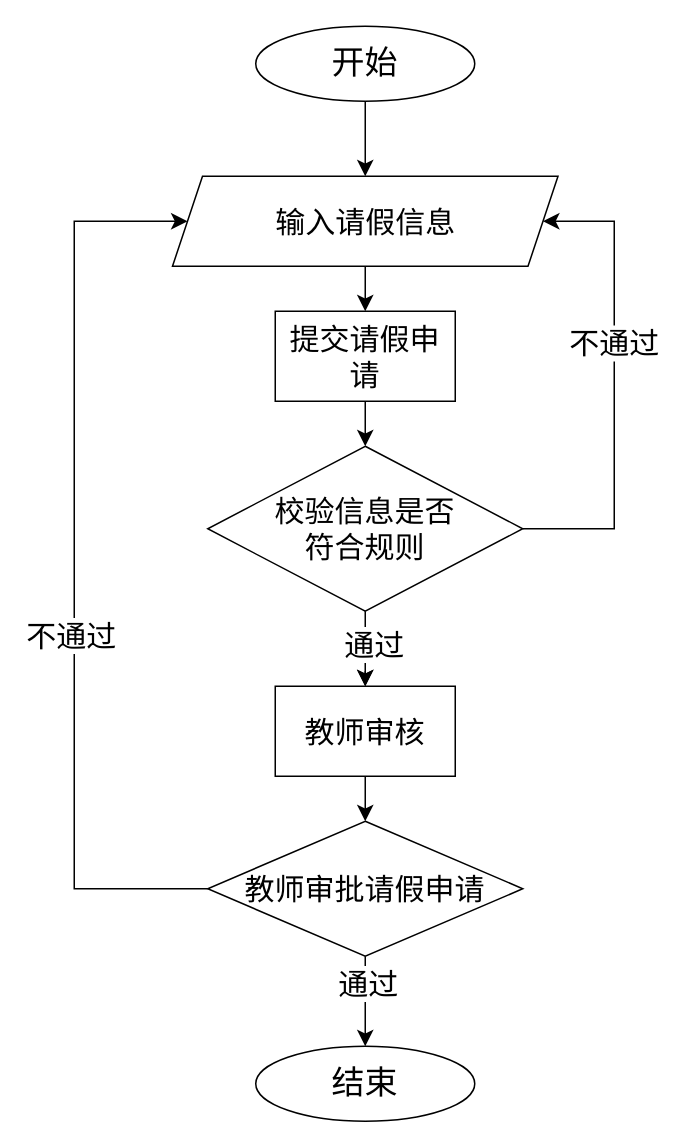
Above: page "学生请假流程图" (35 of 47) of 系统结构图.drawio in yuglei/design (draw.io), before the change. Source tidied: cells renumbered, new cells numbered last; positions are measured from the earlier drawing's top-left corner, leaving out a move shared by most shapes. Both pictures are drawn from the tidied source at 150%, with x=0, y=0 at pixel (74, 26).
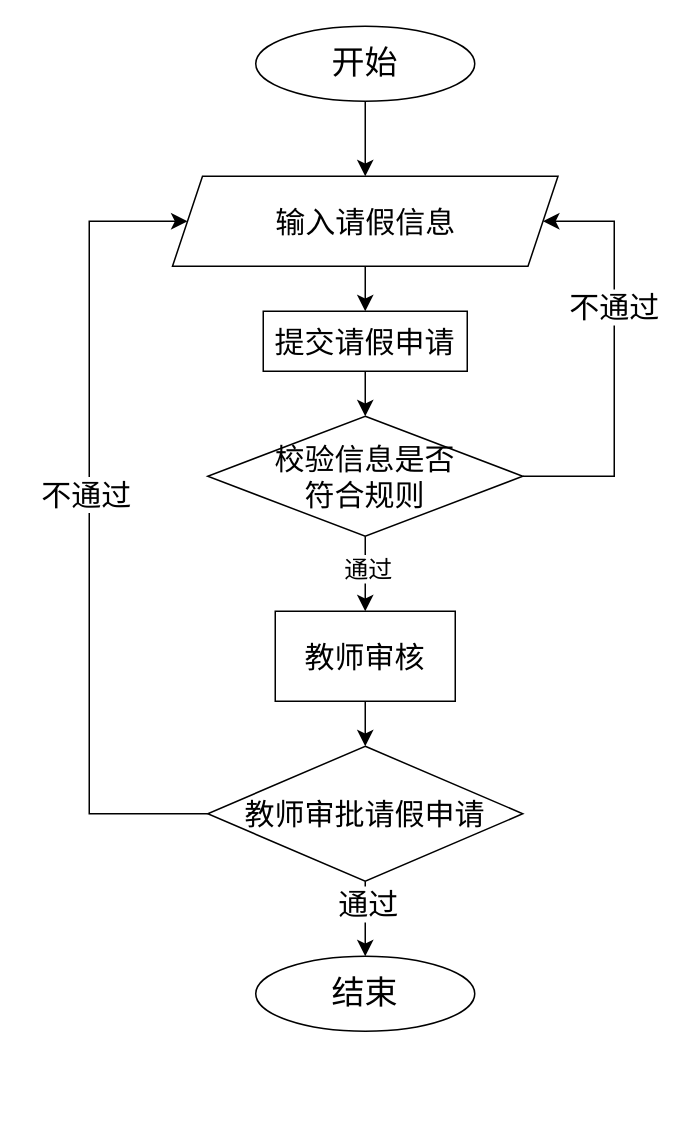
The same page after the edit.

The change refers to these unchanged cells:
```xml
<mxCell id="5" value="&lt;span style=&quot;font-size: 20px;&quot;&gt;输入请假信息&lt;/span&gt;" style="shape=parallelogram;perimeter=parallelogramPerimeter;whiteSpace=wrap;html=1;fixedSize=1;" parent="1" vertex="1">
  <mxGeometry x="65.5" y="100" width="257" height="60" as="geometry" />
</mxCell>
<mxCell id="11" style="edgeStyle=none;curved=1;rounded=0;jettySize=auto;html=1;exitX=0.5;exitY=1;exitDx=0;exitDy=0;fontSize=12;startSize=8;endSize=8;" parent="1" edge="1" source="13" target="22">
  <mxGeometry relative="1" as="geometry" />
</mxCell>
```

The edit, as a diff of the source:
```diff
@@
-    <mxCell id="6" style="edgeStyle=none;curved=1;rounded=0;jettySize=auto;html=1;fontSize=12;startSize=8;endSize=8;exitX=0.5;exitY=1;exitDx=0;exitDy=0;" parent="1" edge="1" source="13">
-      <mxGeometry relative="1" as="geometry">
-        <mxPoint x="194" y="370" as="targetPoint" />
-      </mxGeometry>
-    </mxCell>
@@
     <mxCell id="8" value="&lt;font style=&quot;font-size: 22px;&quot;&gt;结束&lt;/font&gt;" style="ellipse;whiteSpace=wrap;html=1;" parent="1" vertex="1">
-      <mxGeometry x="121" y="680" width="146" height="50" as="geometry" />
+      <mxGeometry x="121" y="620" width="146" height="50" as="geometry" />
     </mxCell>
     <mxCell id="9" style="edgeStyle=orthogonalEdgeStyle;rounded=0;jettySize=auto;html=1;exitX=1;exitY=0.5;exitDx=0;exitDy=0;entryX=1;entryY=0.5;entryDx=0;entryDy=0;fontSize=12;startSize=8;endSize=8;" parent="1" edge="1" source="13" target="5">
       <mxGeometry relative="1" as="geometry">
         <Array as="points">
-          <mxPoint x="360" y="335" />
+          <mxPoint x="360" y="300" />
           <mxPoint x="360" y="130" />
         </Array>
       </mxGeometry>
     </mxCell>
@@
-    <mxCell id="12" value="&lt;font style=&quot;font-size: 20px;&quot;&gt;通过&lt;/font&gt;" style="edgeLabel;html=1;align=center;verticalAlign=middle;fontSize=12;" parent="11" vertex="1">
-      <mxGeometry x="-0.16" y="5" relative="1" as="geometry" />
+    <mxCell id="12" value="&lt;font style=&quot;font-size: 16px;&quot;&gt;通过&lt;/font&gt;" style="edgeLabel;html=1;align=center;verticalAlign=middle;fontSize=12;" parent="11" vertex="1">
+      <mxGeometry x="-0.18" y="1" relative="1" as="geometry" />
     </mxCell>
     <mxCell id="13" value="&lt;span style=&quot;font-size: 20px;&quot;&gt;校验信息是否&lt;/span&gt;&lt;div&gt;&lt;span style=&quot;font-size: 20px;&quot;&gt;符合规则&lt;/span&gt;&lt;/div&gt;" style="rhombus;whiteSpace=wrap;html=1;" parent="1" vertex="1">
-      <mxGeometry x="89" y="280" width="210" height="110" as="geometry" />
+      <mxGeometry x="89" y="260" width="210" height="80" as="geometry" />
     </mxCell>
     <mxCell id="14" style="edgeStyle=orthogonalEdgeStyle;rounded=0;jettySize=auto;html=1;exitX=0;exitY=0.5;exitDx=0;exitDy=0;fontSize=12;startSize=8;endSize=8;entryX=0;entryY=0.5;entryDx=0;entryDy=0;" parent="1" edge="1" source="18" target="5">
       <mxGeometry relative="1" as="geometry">
         <Array as="points">
-          <mxPoint y="575" />
-          <mxPoint y="130" />
+          <mxPoint x="10" y="525" />
+          <mxPoint x="10" y="130" />
         </Array>
       </mxGeometry>
     </mxCell>
     <mxCell id="15" value="&lt;font style=&quot;font-size: 20px;&quot;&gt;不通过&lt;/font&gt;" style="edgeLabel;html=1;align=center;verticalAlign=middle;fontSize=12;" parent="14" vertex="1">
-      <mxGeometry x="-0.15" y="3" relative="1" as="geometry" />
+      <mxGeometry x="-0.15" y="3" relative="1" as="geometry">
+        <mxPoint y="-64" as="offset" />
+      </mxGeometry>
     </mxCell>
@@
     <mxCell id="18" value="&lt;span style=&quot;font-size: 20px;&quot;&gt;教师审批请假申请&lt;/span&gt;" style="rhombus;whiteSpace=wrap;html=1;" parent="1" vertex="1">
-      <mxGeometry x="89" y="530" width="210" height="90" as="geometry" />
+      <mxGeometry x="89" y="480" width="210" height="90" as="geometry" />
     </mxCell>
@@
     <mxCell id="20" value="&lt;span style=&quot;font-size: 20px;&quot;&gt;提交请假申请&lt;/span&gt;" style="rounded=0;whiteSpace=wrap;html=1;" parent="1" vertex="1">
-      <mxGeometry x="134" y="190" width="120" height="60" as="geometry" />
+      <mxGeometry x="126" y="190" width="136" height="40" as="geometry" />
     </mxCell>
-    <mxCell id="21" style="edgeStyle=none;curved=1;rounded=0;jettySize=auto;html=1;exitX=0.5;exitY=1;exitDx=0;exitDy=0;entryX=0.5;entryY=0;entryDx=0;entryDy=0;fontSize=12;startSize=8;endSize=8;" parent="1" edge="1" target="22">
-      <mxGeometry relative="1" as="geometry">
-        <mxPoint x="194" y="430" as="sourcePoint" />
-      </mxGeometry>
-    </mxCell>
     <mxCell id="22" value="&lt;span style=&quot;font-size: 20px;&quot;&gt;教师审核&lt;/span&gt;" style="rounded=0;whiteSpace=wrap;html=1;" parent="1" vertex="1">
-      <mxGeometry x="134" y="440" width="120" height="60" as="geometry" />
+      <mxGeometry x="134" y="390" width="120" height="60" as="geometry" />
     </mxCell>
```
